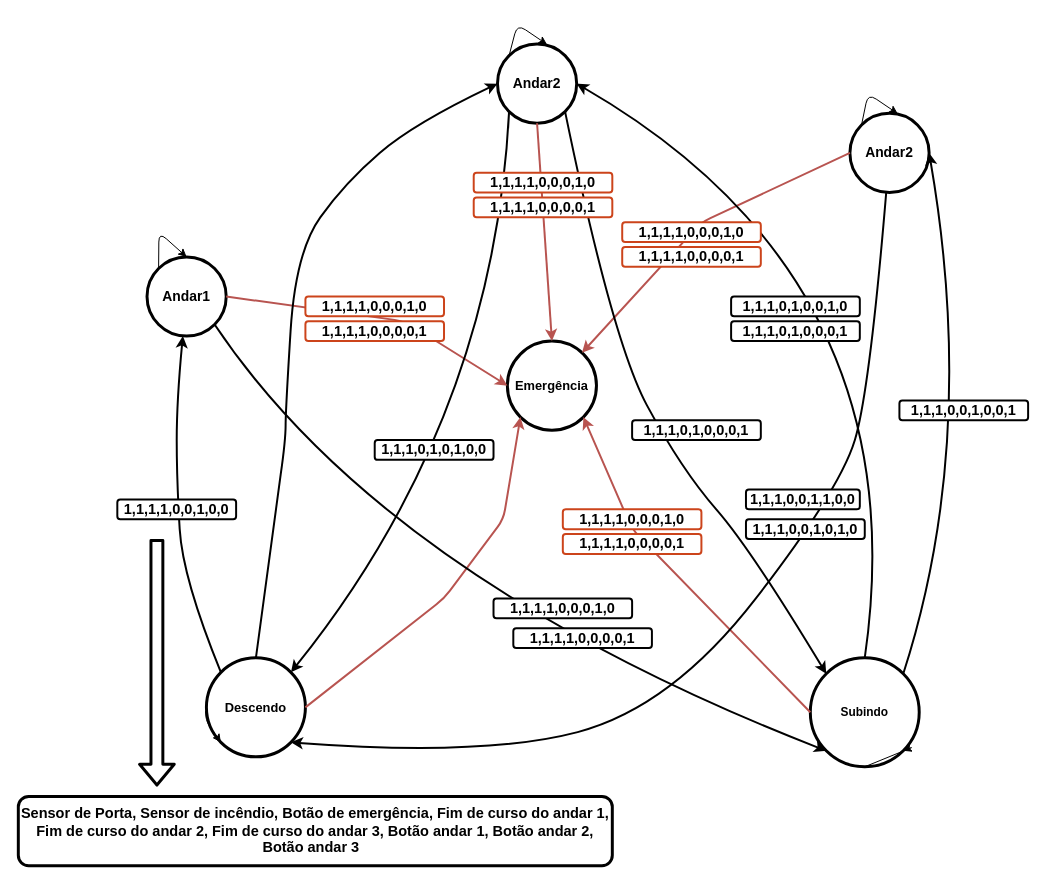
davischmitz/prototipacao-digital keeps this draw.io diagram as GB/Elevador/Elevador.drawio. Above is the earlier version. Source tidied: cells renumbered, new cells numbered last; positions are measured from the earlier drawing's top-left corner, leaving out a move shared by most shapes. Both pictures are drawn from the tidied source at 99%, with x=0, y=0 at pixel (18, 24).
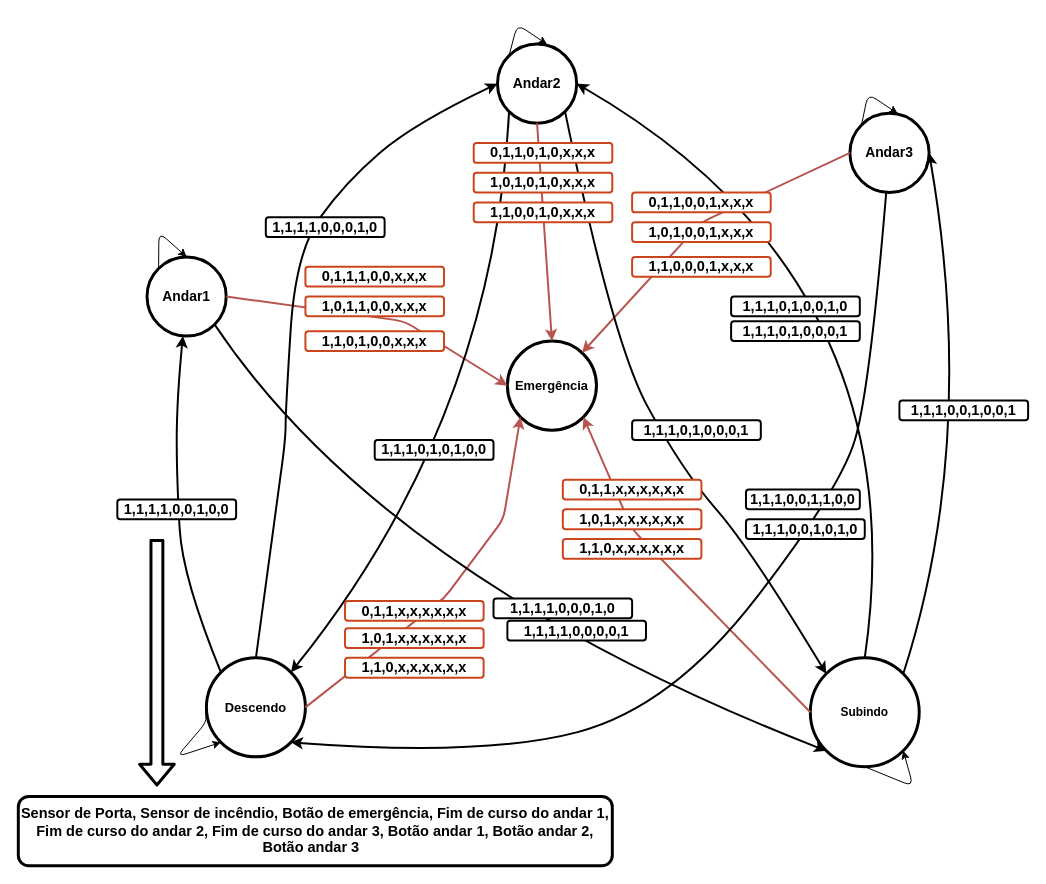
The same page after the edit.

Commit message:
feat(elevador): atualizando diagrama

The change refers to these unchanged cells:
```xml
<mxCell id="5" value="&lt;b&gt;Subindo&lt;/b&gt;" style="ellipse;whiteSpace=wrap;html=1;strokeWidth=3;" parent="1" vertex="1">
  <mxGeometry x="800" y="640" width="110" height="110" as="geometry" />
</mxCell>
<mxCell id="6" value="&lt;b&gt;&lt;font style=&quot;font-size: 13px&quot;&gt;Descendo&lt;/font&gt;&lt;/b&gt;" style="ellipse;whiteSpace=wrap;html=1;strokeWidth=3;" parent="1" vertex="1">
  <mxGeometry x="190" y="640" width="100" height="100" as="geometry" />
</mxCell>
```

Diff of the diagram source:
```diff
@@
-    <mxCell id="4" value="&lt;b&gt;&lt;font style=&quot;font-size: 14px&quot;&gt;Andar2&lt;/font&gt;&lt;/b&gt;" style="ellipse;whiteSpace=wrap;html=1;strokeWidth=3;" parent="1" vertex="1">
+    <mxCell id="4" value="&lt;b&gt;&lt;font style=&quot;font-size: 14px&quot;&gt;Andar3&lt;/font&gt;&lt;/b&gt;" style="ellipse;whiteSpace=wrap;html=1;strokeWidth=3;" parent="1" vertex="1">
       <mxGeometry x="840" y="90" width="80" height="80" as="geometry" />
     </mxCell>
@@
     <mxCell id="23" value="&lt;span id=&quot;docs-internal-guid-6589a4b1-7fff-5ea1-2ef8-7b5d9af1116f&quot;&gt;&lt;span style=&quot;font-size: 11pt ; font-family: &amp;#34;arial&amp;#34; ; background-color: transparent ; vertical-align: baseline&quot;&gt;&lt;b&gt;1,1,1,1,0,0,0,0,1&lt;/b&gt;&lt;/span&gt;&lt;/span&gt;" style="text;html=1;align=center;verticalAlign=middle;whiteSpace=wrap;rounded=1;strokeColor=#000000;fillColor=#ffffff;strokeWidth=2;" parent="1" vertex="1">
-      <mxGeometry x="500" y="610" width="140" height="20" as="geometry" />
+      <mxGeometry x="494" y="602.5" width="140" height="20" as="geometry" />
     </mxCell>
@@
     <mxCell id="34" style="endArrow=classic;html=1;exitX=-0.009;exitY=0.539;exitDx=0;exitDy=0;entryX=0;entryY=1;entryDx=0;entryDy=0;exitPerimeter=0;" parent="1" edge="1" source="6" target="6">
       <mxGeometry relative="1" as="geometry">
         <Array as="points">
           <mxPoint x="190" y="705" />
+          <mxPoint x="160" y="740" />
         </Array>
       </mxGeometry>
     </mxCell>
     <mxCell id="35" style="endArrow=classic;html=1;exitX=0.5;exitY=1;exitDx=0;exitDy=0;entryX=1;entryY=1;entryDx=0;entryDy=0;" parent="1" edge="1" source="5" target="5">
       <mxGeometry relative="1" as="geometry">
         <Array as="points">
-          <mxPoint x="904" y="730" />
+          <mxPoint x="904" y="770" />
         </Array>
       </mxGeometry>
     </mxCell>
@@
-    <mxCell id="38" value="&lt;span id=&quot;docs-internal-guid-bbf0f4e8-7fff-1e35-a5ee-ff3e7a154e85&quot;&gt;&lt;span style=&quot;font-size: 11pt ; font-family: &amp;#34;arial&amp;#34; ; background-color: transparent ; vertical-align: baseline&quot;&gt;&lt;b&gt;1,1,1,1,0,0,0,1,0&lt;/b&gt;&lt;/span&gt;&lt;/span&gt;" style="text;html=1;align=center;verticalAlign=middle;whiteSpace=wrap;rounded=1;shadow=0;glass=0;fillColor=#ffffff;strokeWidth=2;strokeColor=#CC441B;" parent="1" vertex="1">
+    <mxCell id="38" value="&lt;span id=&quot;docs-internal-guid-bbf0f4e8-7fff-1e35-a5ee-ff3e7a154e85&quot;&gt;&lt;span style=&quot;font-size: 11pt ; font-family: &amp;#34;arial&amp;#34; ; background-color: transparent ; vertical-align: baseline&quot;&gt;&lt;b&gt;1,0,1,1,0,0&lt;/b&gt;&lt;/span&gt;&lt;/span&gt;&lt;b style=&quot;font-family: &amp;#34;arial&amp;#34; ; font-size: 14.6667px&quot;&gt;,x,x,x&lt;/b&gt;" style="text;html=1;align=center;verticalAlign=middle;whiteSpace=wrap;rounded=1;shadow=0;glass=0;fillColor=#ffffff;strokeWidth=2;strokeColor=#CC441B;" parent="1" vertex="1">
       <mxGeometry x="290" y="275" width="140" height="20" as="geometry" />
     </mxCell>
-    <mxCell id="39" value="&lt;span id=&quot;docs-internal-guid-6589a4b1-7fff-5ea1-2ef8-7b5d9af1116f&quot;&gt;&lt;span style=&quot;font-size: 11pt ; font-family: &amp;#34;arial&amp;#34; ; background-color: transparent ; vertical-align: baseline&quot;&gt;&lt;b&gt;1,1,1,1,0,0,0,0,1&lt;/b&gt;&lt;/span&gt;&lt;/span&gt;" style="text;html=1;align=center;verticalAlign=middle;whiteSpace=wrap;rounded=1;fillColor=#ffffff;strokeWidth=2;strokeColor=#CC441B;" parent="1" vertex="1">
-      <mxGeometry x="290" y="300" width="140" height="20" as="geometry" />
+    <mxCell id="39" value="&lt;span id=&quot;docs-internal-guid-6589a4b1-7fff-5ea1-2ef8-7b5d9af1116f&quot;&gt;&lt;span style=&quot;font-size: 11pt ; font-family: &amp;#34;arial&amp;#34; ; background-color: transparent ; vertical-align: baseline&quot;&gt;&lt;b&gt;1,1,0,1,0,0&lt;/b&gt;&lt;/span&gt;&lt;/span&gt;&lt;b style=&quot;font-family: &amp;#34;arial&amp;#34; ; font-size: 14.6667px&quot;&gt;,x,x,x&lt;/b&gt;" style="text;html=1;align=center;verticalAlign=middle;whiteSpace=wrap;rounded=1;fillColor=#ffffff;strokeWidth=2;strokeColor=#CC441B;" parent="1" vertex="1">
+      <mxGeometry x="290" y="310" width="140" height="20" as="geometry" />
     </mxCell>
-    <mxCell id="40" value="&lt;span id=&quot;docs-internal-guid-bbf0f4e8-7fff-1e35-a5ee-ff3e7a154e85&quot;&gt;&lt;span style=&quot;font-size: 11pt ; font-family: &amp;#34;arial&amp;#34; ; background-color: transparent ; vertical-align: baseline&quot;&gt;&lt;b&gt;1,1,1,1,0,0,0,1,0&lt;/b&gt;&lt;/span&gt;&lt;/span&gt;" style="text;html=1;align=center;verticalAlign=middle;whiteSpace=wrap;rounded=1;shadow=0;glass=0;fillColor=#ffffff;strokeWidth=2;strokeColor=#CC441B;" parent="1" vertex="1">
+    <mxCell id="40" value="&lt;span id=&quot;docs-internal-guid-bbf0f4e8-7fff-1e35-a5ee-ff3e7a154e85&quot;&gt;&lt;span style=&quot;font-size: 11pt ; font-family: &amp;#34;arial&amp;#34; ; background-color: transparent ; vertical-align: baseline&quot;&gt;&lt;b&gt;1,0,1,x,x,x,x,x,x&lt;/b&gt;&lt;/span&gt;&lt;/span&gt;" style="text;html=1;align=center;verticalAlign=middle;whiteSpace=wrap;rounded=1;shadow=0;glass=0;fillColor=#ffffff;strokeWidth=2;strokeColor=#CC441B;" parent="1" vertex="1">
       <mxGeometry x="550" y="490" width="140" height="20" as="geometry" />
     </mxCell>
-    <mxCell id="41" value="&lt;span id=&quot;docs-internal-guid-6589a4b1-7fff-5ea1-2ef8-7b5d9af1116f&quot;&gt;&lt;span style=&quot;font-size: 11pt ; font-family: &amp;#34;arial&amp;#34; ; background-color: transparent ; vertical-align: baseline&quot;&gt;&lt;b&gt;1,1,1,1,0,0,0,0,1&lt;/b&gt;&lt;/span&gt;&lt;/span&gt;" style="text;html=1;align=center;verticalAlign=middle;whiteSpace=wrap;rounded=1;fillColor=#ffffff;strokeWidth=2;strokeColor=#CC441B;" parent="1" vertex="1">
-      <mxGeometry x="550" y="515" width="140" height="20" as="geometry" />
+    <mxCell id="41" value="&lt;span id=&quot;docs-internal-guid-6589a4b1-7fff-5ea1-2ef8-7b5d9af1116f&quot;&gt;&lt;span style=&quot;font-size: 11pt ; font-family: &amp;#34;arial&amp;#34; ; background-color: transparent ; vertical-align: baseline&quot;&gt;&lt;b&gt;1,1,0,x,x,x,x,x,x&lt;/b&gt;&lt;/span&gt;&lt;/span&gt;" style="text;html=1;align=center;verticalAlign=middle;whiteSpace=wrap;rounded=1;fillColor=#ffffff;strokeWidth=2;strokeColor=#CC441B;" parent="1" vertex="1">
+      <mxGeometry x="550" y="520" width="140" height="20" as="geometry" />
     </mxCell>
-    <mxCell id="42" value="&lt;span id=&quot;docs-internal-guid-bbf0f4e8-7fff-1e35-a5ee-ff3e7a154e85&quot;&gt;&lt;span style=&quot;font-size: 11pt ; font-family: &amp;#34;arial&amp;#34; ; background-color: transparent ; vertical-align: baseline&quot;&gt;&lt;b&gt;1,1,1,1,0,0,0,1,0&lt;/b&gt;&lt;/span&gt;&lt;/span&gt;" style="text;html=1;align=center;verticalAlign=middle;whiteSpace=wrap;rounded=1;shadow=0;glass=0;fillColor=#ffffff;strokeWidth=2;strokeColor=#CC441B;" parent="1" vertex="1">
-      <mxGeometry x="610" y="200" width="140" height="20" as="geometry" />
-    </mxCell>
-    <mxCell id="43" value="&lt;span id=&quot;docs-internal-guid-6589a4b1-7fff-5ea1-2ef8-7b5d9af1116f&quot;&gt;&lt;span style=&quot;font-size: 11pt ; font-family: &amp;#34;arial&amp;#34; ; background-color: transparent ; vertical-align: baseline&quot;&gt;&lt;b&gt;1,1,1,1,0,0,0,0,1&lt;/b&gt;&lt;/span&gt;&lt;/span&gt;" style="text;html=1;align=center;verticalAlign=middle;whiteSpace=wrap;rounded=1;fillColor=#ffffff;strokeWidth=2;strokeColor=#CC441B;" parent="1" vertex="1">
-      <mxGeometry x="610" y="225" width="140" height="20" as="geometry" />
-    </mxCell>
-    <mxCell id="44" value="&lt;span id=&quot;docs-internal-guid-bbf0f4e8-7fff-1e35-a5ee-ff3e7a154e85&quot;&gt;&lt;span style=&quot;font-size: 11pt ; font-family: &amp;#34;arial&amp;#34; ; background-color: transparent ; vertical-align: baseline&quot;&gt;&lt;b&gt;1,1,1,1,0,0,0,1,0&lt;/b&gt;&lt;/span&gt;&lt;/span&gt;" style="text;html=1;align=center;verticalAlign=middle;whiteSpace=wrap;rounded=1;shadow=0;glass=0;fillColor=#ffffff;strokeWidth=2;strokeColor=#CC441B;" parent="1" vertex="1">
-      <mxGeometry x="460" y="150" width="140" height="20" as="geometry" />
-    </mxCell>
-    <mxCell id="45" value="&lt;span id=&quot;docs-internal-guid-6589a4b1-7fff-5ea1-2ef8-7b5d9af1116f&quot;&gt;&lt;span style=&quot;font-size: 11pt ; font-family: &amp;#34;arial&amp;#34; ; background-color: transparent ; vertical-align: baseline&quot;&gt;&lt;b&gt;1,1,1,1,0,0,0,0,1&lt;/b&gt;&lt;/span&gt;&lt;/span&gt;" style="text;html=1;align=center;verticalAlign=middle;whiteSpace=wrap;rounded=1;fillColor=#ffffff;strokeWidth=2;strokeColor=#CC441B;" parent="1" vertex="1">
-      <mxGeometry x="460" y="175" width="140" height="20" as="geometry" />
-    </mxCell>
+    <mxCell id="46" value="&lt;span id=&quot;docs-internal-guid-e2418df5-7fff-e7c6-6563-67e01c6ffb01&quot;&gt;&lt;span style=&quot;font-size: 11pt ; font-family: &amp;#34;arial&amp;#34; ; background-color: transparent ; vertical-align: baseline&quot;&gt;&lt;b&gt;1,1,1,1,0,0,0,1,0&lt;/b&gt;&lt;/span&gt;&lt;/span&gt;" style="text;html=1;align=center;verticalAlign=middle;whiteSpace=wrap;rounded=1;shadow=0;glass=0;strokeColor=#000000;fillColor=#ffffff;strokeWidth=2;" parent="1" vertex="1">
+      <mxGeometry x="250" y="195" width="120" height="20" as="geometry" />
+    </mxCell>
+    <mxCell id="47" value="&lt;span id=&quot;docs-internal-guid-bbf0f4e8-7fff-1e35-a5ee-ff3e7a154e85&quot;&gt;&lt;span style=&quot;font-size: 11pt ; font-family: &amp;#34;arial&amp;#34; ; background-color: transparent ; vertical-align: baseline&quot;&gt;&lt;b&gt;1,0,1,0,1,0&lt;/b&gt;&lt;/span&gt;&lt;/span&gt;&lt;b style=&quot;font-family: &amp;#34;arial&amp;#34; ; font-size: 14.6667px&quot;&gt;,x,x,x&lt;/b&gt;" style="text;html=1;align=center;verticalAlign=middle;whiteSpace=wrap;rounded=1;shadow=0;glass=0;fillColor=#ffffff;strokeWidth=2;strokeColor=#CC441B;" parent="1" vertex="1">
+      <mxGeometry x="460" y="150" width="140" height="20" as="geometry" />
+    </mxCell>
+    <mxCell id="48" value="&lt;span id=&quot;docs-internal-guid-6589a4b1-7fff-5ea1-2ef8-7b5d9af1116f&quot;&gt;&lt;span style=&quot;font-size: 11pt ; font-family: &amp;#34;arial&amp;#34; ; background-color: transparent ; vertical-align: baseline&quot;&gt;&lt;b&gt;1,1,0,0,1,0&lt;/b&gt;&lt;/span&gt;&lt;/span&gt;&lt;b style=&quot;font-family: &amp;#34;arial&amp;#34; ; font-size: 14.6667px&quot;&gt;,x,x,x&lt;/b&gt;" style="text;html=1;align=center;verticalAlign=middle;whiteSpace=wrap;rounded=1;fillColor=#ffffff;strokeWidth=2;strokeColor=#CC441B;" parent="1" vertex="1">
+      <mxGeometry x="460" y="180" width="140" height="20" as="geometry" />
+    </mxCell>
+    <mxCell id="49" value="&lt;span id=&quot;docs-internal-guid-bbf0f4e8-7fff-1e35-a5ee-ff3e7a154e85&quot;&gt;&lt;span style=&quot;font-size: 11pt ; font-family: &amp;#34;arial&amp;#34; ; background-color: transparent ; vertical-align: baseline&quot;&gt;&lt;b&gt;1,0,1,0,0,1,x,x,x&lt;/b&gt;&lt;/span&gt;&lt;/span&gt;" style="text;html=1;align=center;verticalAlign=middle;whiteSpace=wrap;rounded=1;shadow=0;glass=0;fillColor=#ffffff;strokeWidth=2;strokeColor=#CC441B;" parent="1" vertex="1">
+      <mxGeometry x="620" y="200" width="140" height="20" as="geometry" />
+    </mxCell>
+    <mxCell id="50" value="&lt;span id=&quot;docs-internal-guid-6589a4b1-7fff-5ea1-2ef8-7b5d9af1116f&quot;&gt;&lt;span style=&quot;font-size: 11pt ; font-family: &amp;#34;arial&amp;#34; ; background-color: transparent ; vertical-align: baseline&quot;&gt;&lt;b&gt;1,1,0,0,0,1&lt;/b&gt;&lt;/span&gt;&lt;/span&gt;&lt;b style=&quot;font-family: &amp;#34;arial&amp;#34; ; font-size: 14.6667px&quot;&gt;,x,x,x&lt;/b&gt;" style="text;html=1;align=center;verticalAlign=middle;whiteSpace=wrap;rounded=1;fillColor=#ffffff;strokeWidth=2;strokeColor=#CC441B;" parent="1" vertex="1">
+      <mxGeometry x="620" y="235" width="140" height="20" as="geometry" />
+    </mxCell>
+    <mxCell id="51" value="&lt;span id=&quot;docs-internal-guid-bbf0f4e8-7fff-1e35-a5ee-ff3e7a154e85&quot;&gt;&lt;span style=&quot;font-size: 11pt ; font-family: &amp;#34;arial&amp;#34; ; background-color: transparent ; vertical-align: baseline&quot;&gt;&lt;b&gt;0,1,1,x,x,x,x,x,x&lt;/b&gt;&lt;/span&gt;&lt;/span&gt;" style="text;html=1;align=center;verticalAlign=middle;whiteSpace=wrap;rounded=1;shadow=0;glass=0;fillColor=#ffffff;strokeWidth=2;strokeColor=#CC441B;" parent="1" vertex="1">
+      <mxGeometry x="550" y="460" width="140" height="20" as="geometry" />
+    </mxCell>
+    <mxCell id="52" value="&lt;span id=&quot;docs-internal-guid-bbf0f4e8-7fff-1e35-a5ee-ff3e7a154e85&quot;&gt;&lt;span style=&quot;font-size: 11pt ; font-family: &amp;#34;arial&amp;#34; ; background-color: transparent ; vertical-align: baseline&quot;&gt;&lt;b&gt;1,0,1,x,x,x,x,x,x&lt;/b&gt;&lt;/span&gt;&lt;/span&gt;" style="text;html=1;align=center;verticalAlign=middle;whiteSpace=wrap;rounded=1;shadow=0;glass=0;fillColor=#ffffff;strokeWidth=2;strokeColor=#CC441B;" parent="1" vertex="1">
+      <mxGeometry x="330" y="610" width="140" height="20" as="geometry" />
+    </mxCell>
+    <mxCell id="53" value="&lt;span id=&quot;docs-internal-guid-6589a4b1-7fff-5ea1-2ef8-7b5d9af1116f&quot;&gt;&lt;span style=&quot;font-size: 11pt ; font-family: &amp;#34;arial&amp;#34; ; background-color: transparent ; vertical-align: baseline&quot;&gt;&lt;b&gt;1,1,0,x,x,x,x,x,x&lt;/b&gt;&lt;/span&gt;&lt;/span&gt;" style="text;html=1;align=center;verticalAlign=middle;whiteSpace=wrap;rounded=1;fillColor=#ffffff;strokeWidth=2;strokeColor=#CC441B;" parent="1" vertex="1">
+      <mxGeometry x="330" y="640" width="140" height="20" as="geometry" />
+    </mxCell>
+    <mxCell id="54" value="&lt;span id=&quot;docs-internal-guid-bbf0f4e8-7fff-1e35-a5ee-ff3e7a154e85&quot;&gt;&lt;span style=&quot;font-size: 11pt ; font-family: &amp;#34;arial&amp;#34; ; background-color: transparent ; vertical-align: baseline&quot;&gt;&lt;b&gt;0,1,1,x,x,x,x,x,x&lt;/b&gt;&lt;/span&gt;&lt;/span&gt;" style="text;html=1;align=center;verticalAlign=middle;whiteSpace=wrap;rounded=1;shadow=0;glass=0;fillColor=#ffffff;strokeWidth=2;strokeColor=#CC441B;" parent="1" vertex="1">
+      <mxGeometry x="330" y="582.5" width="140" height="20" as="geometry" />
+    </mxCell>
+    <mxCell id="55" value="&lt;span id=&quot;docs-internal-guid-bbf0f4e8-7fff-1e35-a5ee-ff3e7a154e85&quot;&gt;&lt;span style=&quot;font-size: 11pt ; font-family: &amp;#34;arial&amp;#34; ; background-color: transparent ; vertical-align: baseline&quot;&gt;&lt;b&gt;0,1,1,1,0,0&lt;/b&gt;&lt;/span&gt;&lt;/span&gt;&lt;b style=&quot;font-family: &amp;#34;arial&amp;#34; ; font-size: 14.6667px&quot;&gt;,x,x,x&lt;/b&gt;" style="text;html=1;align=center;verticalAlign=middle;whiteSpace=wrap;rounded=1;shadow=0;glass=0;fillColor=#ffffff;strokeWidth=2;strokeColor=#CC441B;" parent="1" vertex="1">
+      <mxGeometry x="290" y="245" width="140" height="20" as="geometry" />
+    </mxCell>
+    <mxCell id="56" value="&lt;span id=&quot;docs-internal-guid-bbf0f4e8-7fff-1e35-a5ee-ff3e7a154e85&quot;&gt;&lt;span style=&quot;font-size: 11pt ; font-family: &amp;#34;arial&amp;#34; ; background-color: transparent ; vertical-align: baseline&quot;&gt;&lt;b&gt;0,1,1,0,1,0&lt;/b&gt;&lt;/span&gt;&lt;/span&gt;&lt;b style=&quot;font-family: &amp;#34;arial&amp;#34; ; font-size: 14.6667px&quot;&gt;,x,x,x&lt;/b&gt;" style="text;html=1;align=center;verticalAlign=middle;whiteSpace=wrap;rounded=1;shadow=0;glass=0;fillColor=#ffffff;strokeWidth=2;strokeColor=#CC441B;" parent="1" vertex="1">
+      <mxGeometry x="460" y="120" width="140" height="20" as="geometry" />
+    </mxCell>
+    <mxCell id="57" value="&lt;span id=&quot;docs-internal-guid-bbf0f4e8-7fff-1e35-a5ee-ff3e7a154e85&quot;&gt;&lt;span style=&quot;font-size: 11pt ; font-family: &amp;#34;arial&amp;#34; ; background-color: transparent ; vertical-align: baseline&quot;&gt;&lt;b&gt;0,1,1,0,0,1,x,x,x&lt;/b&gt;&lt;/span&gt;&lt;/span&gt;" style="text;html=1;align=center;verticalAlign=middle;whiteSpace=wrap;rounded=1;shadow=0;glass=0;fillColor=#ffffff;strokeWidth=2;strokeColor=#CC441B;" parent="1" vertex="1">
+      <mxGeometry x="620" y="170" width="140" height="20" as="geometry" />
+    </mxCell>
```
